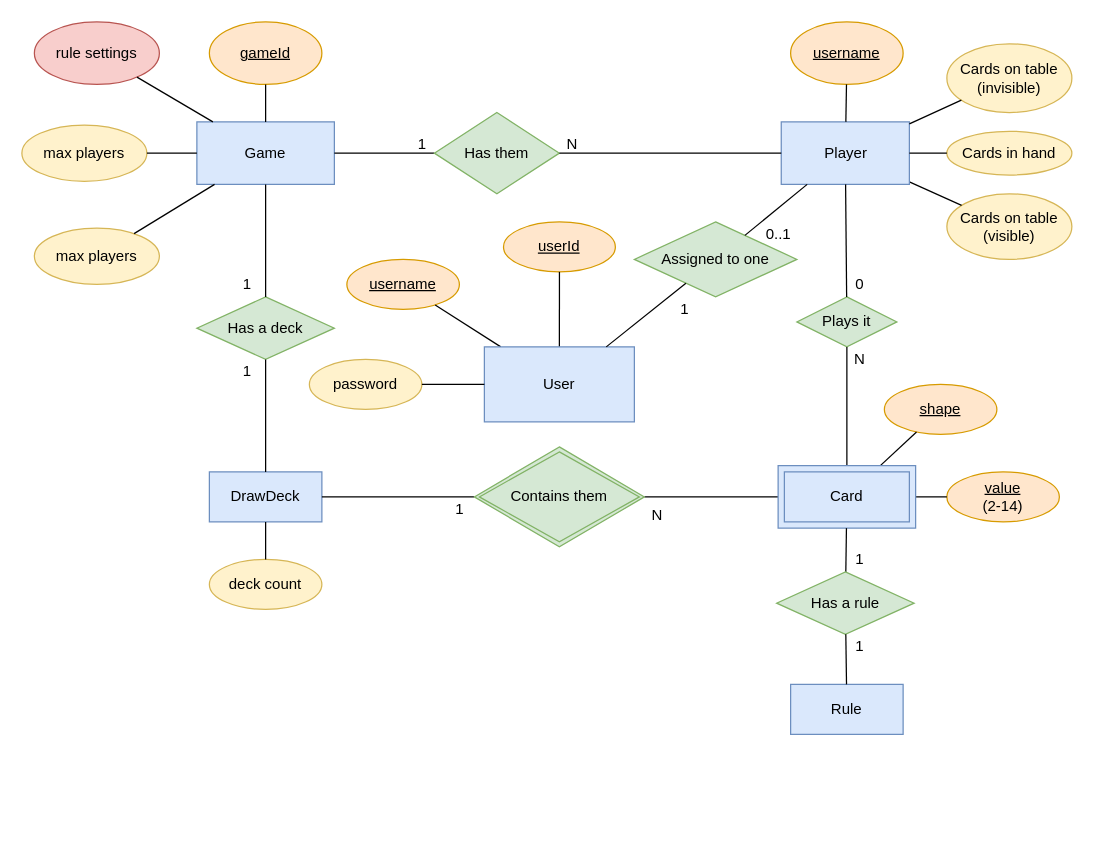
pintertamas/shed-backend keeps this draw.io diagram as docs/Shed data model.drawio. Above is the earlier version. Source tidied: cells renumbered, new cells numbered last; positions are measured from the earlier drawing's top-left corner, leaving out a move shared by most shapes. Both pictures are drawn from the tidied source at 125%, with x=0, y=0 at pixel (21, 21).
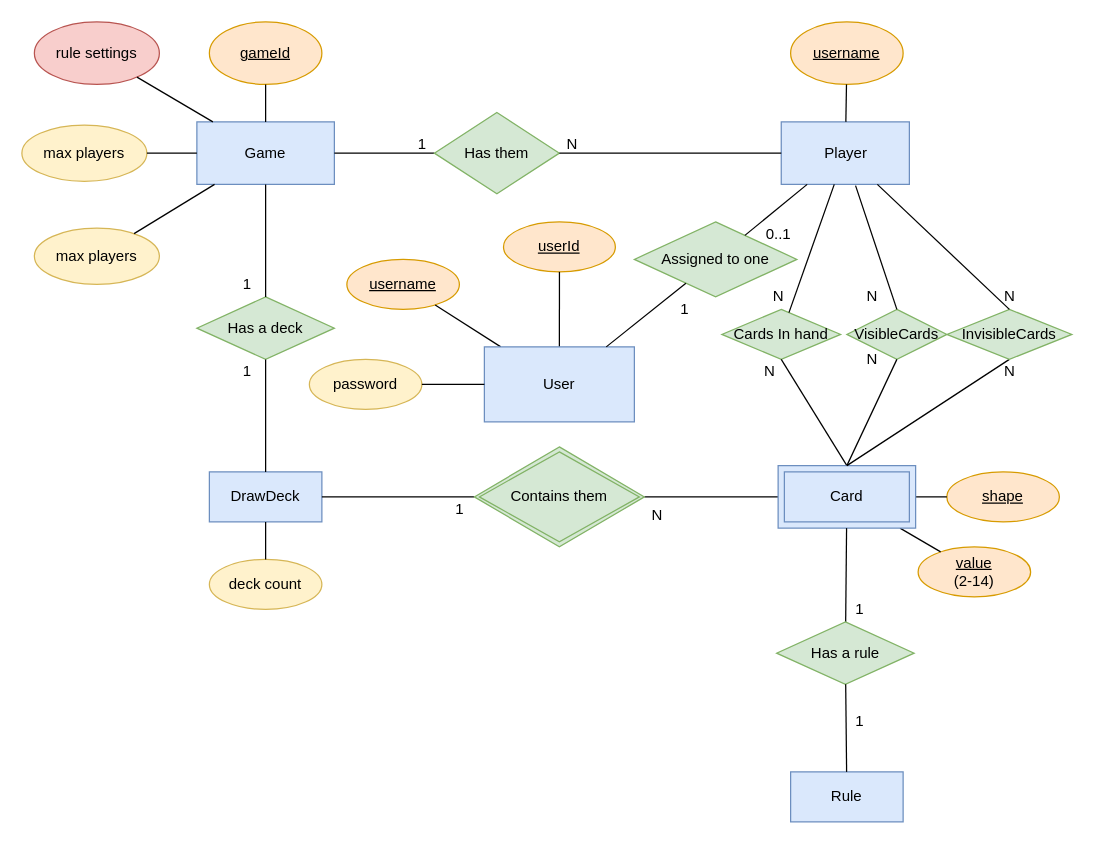
The same diagram, later.

Commit message:
Shed data model draw.io update (3 new connection)

The change refers to these unchanged cells:
```xml
<mxCell id="6" value="Player" style="rounded=0;whiteSpace=wrap;html=1;fillColor=#dae8fc;strokeColor=#6c8ebf;" parent="1" vertex="1">
  <mxGeometry x="607.5" y="80" width="102.5" height="50" as="geometry" />
</mxCell>
<mxCell id="40" value="Card" style="shape=ext;margin=3;double=1;whiteSpace=wrap;html=1;align=center;fillColor=#dae8fc;strokeColor=#6c8ebf;" parent="1" vertex="1">
  <mxGeometry x="605" y="355" width="110" height="50" as="geometry" />
</mxCell>
```

Change to the diagram source:
```diff
@@
-    <mxCell id="2" value="Cards in hand" style="ellipse;whiteSpace=wrap;html=1;fillColor=#fff2cc;strokeColor=#d6b656;" parent="1" vertex="1">
-      <mxGeometry x="740" y="87.5" width="100" height="35" as="geometry" />
-    </mxCell>
-    <mxCell id="3" value="Cards on table&lt;br&gt;(visible)" style="ellipse;whiteSpace=wrap;html=1;fillColor=#fff2cc;strokeColor=#d6b656;" parent="1" vertex="1">
-      <mxGeometry x="740" y="137.5" width="100" height="52.5" as="geometry" />
-    </mxCell>
-    <mxCell id="4" style="endArrow=none;html=1;rounded=0;" parent="1" edge="1" source="6" target="3">
-      <mxGeometry relative="1" as="geometry" />
-    </mxCell>
-    <mxCell id="5" value="Plays it" style="rhombus;whiteSpace=wrap;html=1;fillColor=#d5e8d4;strokeColor=#82b366;" parent="1" vertex="1">
-      <mxGeometry x="620" y="220" width="80" height="40" as="geometry" />
+    <mxCell id="5" value="Cards In hand" style="rhombus;whiteSpace=wrap;html=1;fillColor=#d5e8d4;strokeColor=#82b366;" parent="1" vertex="1">
+      <mxGeometry x="560" y="230" width="95" height="40" as="geometry" />
     </mxCell>
@@
-    <mxCell id="7" style="endArrow=none;html=1;rounded=0;" parent="1" edge="1" source="2" target="6">
-      <mxGeometry relative="1" as="geometry" />
-    </mxCell>
-    <mxCell id="8" value="Cards on table&lt;br&gt;(invisible)" style="ellipse;whiteSpace=wrap;html=1;fillColor=#fff2cc;strokeColor=#d6b656;" parent="1" vertex="1">
-      <mxGeometry x="740" y="17.5" width="100" height="55" as="geometry" />
-    </mxCell>
-    <mxCell id="9" style="endArrow=none;html=1;rounded=0;" parent="1" edge="1" source="6" target="8">
-      <mxGeometry relative="1" as="geometry" />
-    </mxCell>
@@
-    <mxCell id="11" style="endArrow=none;html=1;rounded=0;exitX=0.5;exitY=0;exitDx=0;exitDy=0;" parent="1" edge="1" source="40" target="5">
+    <mxCell id="11" style="endArrow=none;html=1;rounded=0;exitX=0.5;exitY=0;exitDx=0;exitDy=0;entryX=0.5;entryY=1;entryDx=0;entryDy=0;" parent="1" edge="1" source="40" target="5">
       <mxGeometry relative="1" as="geometry" />
     </mxCell>
     <mxCell id="12" value="&lt;u&gt;shape&lt;/u&gt;" style="ellipse;whiteSpace=wrap;html=1;fillColor=#ffe6cc;strokeColor=#d79b00;" parent="1" vertex="1">
-      <mxGeometry x="690" y="290" width="90" height="40" as="geometry" />
+      <mxGeometry x="740" y="360" width="90" height="40" as="geometry" />
     </mxCell>
@@
     <mxCell id="14" value="&lt;u&gt;value&lt;/u&gt;&lt;br&gt;(2-14)" style="ellipse;whiteSpace=wrap;html=1;fillColor=#ffe6cc;strokeColor=#d79b00;" parent="1" vertex="1">
-      <mxGeometry x="740" y="360" width="90" height="40" as="geometry" />
+      <mxGeometry x="717" y="420" width="90" height="40" as="geometry" />
     </mxCell>
@@
-    <mxCell id="52" value="0" style="text;html=1;align=center;verticalAlign=middle;strokeColor=none;fillColor=none;" parent="1" vertex="1">
-      <mxGeometry x="660" y="200" width="20" height="20" as="geometry" />
+    <mxCell id="52" value="N" style="text;html=1;align=center;verticalAlign=middle;strokeColor=none;fillColor=none;" parent="1" vertex="1">
+      <mxGeometry x="670" y="210" width="20" height="20" as="geometry" />
     </mxCell>
     <mxCell id="53" value="N" style="text;html=1;align=center;verticalAlign=middle;strokeColor=none;fillColor=none;" parent="1" vertex="1">
-      <mxGeometry x="660" y="260" width="20" height="20" as="geometry" />
+      <mxGeometry x="670" y="260" width="20" height="20" as="geometry" />
     </mxCell>
@@
     <mxCell id="55" value="1" style="text;html=1;align=center;verticalAlign=middle;strokeColor=none;fillColor=none;" parent="1" vertex="1">
-      <mxGeometry x="660" y="420" width="20" height="20" as="geometry" />
+      <mxGeometry x="660" y="460" width="20" height="20" as="geometry" />
     </mxCell>
     <mxCell id="56" value="1" style="text;html=1;align=center;verticalAlign=middle;strokeColor=none;fillColor=none;" parent="1" vertex="1">
-      <mxGeometry x="660" y="490" width="20" height="20" as="geometry" />
+      <mxGeometry x="660" y="550" width="20" height="20" as="geometry" />
     </mxCell>
     <mxCell id="57" value="Rule" style="rounded=0;whiteSpace=wrap;html=1;strokeColor=#6c8ebf;fillColor=#dae8fc;" parent="1" vertex="1">
-      <mxGeometry x="615" y="530" width="90" height="40" as="geometry" />
+      <mxGeometry x="615" y="600" width="90" height="40" as="geometry" />
     </mxCell>
     <mxCell id="58" value="Has a rule" style="rhombus;whiteSpace=wrap;html=1;fillColor=#d5e8d4;strokeColor=#82b366;" parent="1" vertex="1">
-      <mxGeometry x="603.8" y="440" width="110" height="50" as="geometry" />
+      <mxGeometry x="603.8" y="480" width="110" height="50" as="geometry" />
     </mxCell>
@@
+    <mxCell id="66" value="VisibleCards" style="rhombus;whiteSpace=wrap;html=1;fillColor=#d5e8d4;strokeColor=#82b366;" parent="1" vertex="1">
+      <mxGeometry x="660" y="230" width="80" height="40" as="geometry" />
+    </mxCell>
+    <mxCell id="67" style="endArrow=none;html=1;rounded=0;exitX=0.5;exitY=0;exitDx=0;exitDy=0;entryX=0.5;entryY=1;entryDx=0;entryDy=0;" parent="1" edge="1" source="40" target="66">
+      <mxGeometry relative="1" as="geometry" />
+    </mxCell>
+    <mxCell id="68" style="endArrow=none;html=1;rounded=0;exitX=0.5;exitY=0;exitDx=0;exitDy=0;entryX=0.5;entryY=1;entryDx=0;entryDy=0;" parent="1" edge="1" source="40" target="69">
+      <mxGeometry relative="1" as="geometry" />
+    </mxCell>
+    <mxCell id="69" value="InvisibleCards" style="rhombus;whiteSpace=wrap;html=1;fillColor=#d5e8d4;strokeColor=#82b366;" parent="1" vertex="1">
+      <mxGeometry x="740" y="230" width="100" height="40" as="geometry" />
+    </mxCell>
+    <mxCell id="70" style="endArrow=none;html=1;rounded=0;exitX=0.5;exitY=0;exitDx=0;exitDy=0;entryX=0.58;entryY=1.02;entryDx=0;entryDy=0;entryPerimeter=0;" parent="1" edge="1" source="66" target="6">
+      <mxGeometry relative="1" as="geometry" />
+    </mxCell>
+    <mxCell id="71" style="endArrow=none;html=1;rounded=0;exitX=0.5;exitY=0;exitDx=0;exitDy=0;entryX=0.75;entryY=1;entryDx=0;entryDy=0;" parent="1" edge="1" source="69" target="6">
+      <mxGeometry relative="1" as="geometry" />
+    </mxCell>
+    <mxCell id="72" value="N" style="text;html=1;align=center;verticalAlign=middle;strokeColor=none;fillColor=none;" parent="1" vertex="1">
+      <mxGeometry x="595" y="210" width="20" height="20" as="geometry" />
+    </mxCell>
+    <mxCell id="73" value="N" style="text;html=1;align=center;verticalAlign=middle;strokeColor=none;fillColor=none;" parent="1" vertex="1">
+      <mxGeometry x="587.5" y="270" width="20" height="20" as="geometry" />
+    </mxCell>
+    <mxCell id="74" value="N" style="text;html=1;align=center;verticalAlign=middle;strokeColor=none;fillColor=none;" parent="1" vertex="1">
+      <mxGeometry x="780" y="210" width="20" height="20" as="geometry" />
+    </mxCell>
+    <mxCell id="75" value="N" style="text;html=1;align=center;verticalAlign=middle;strokeColor=none;fillColor=none;" parent="1" vertex="1">
+      <mxGeometry x="780" y="270" width="20" height="20" as="geometry" />
+    </mxCell>
```
